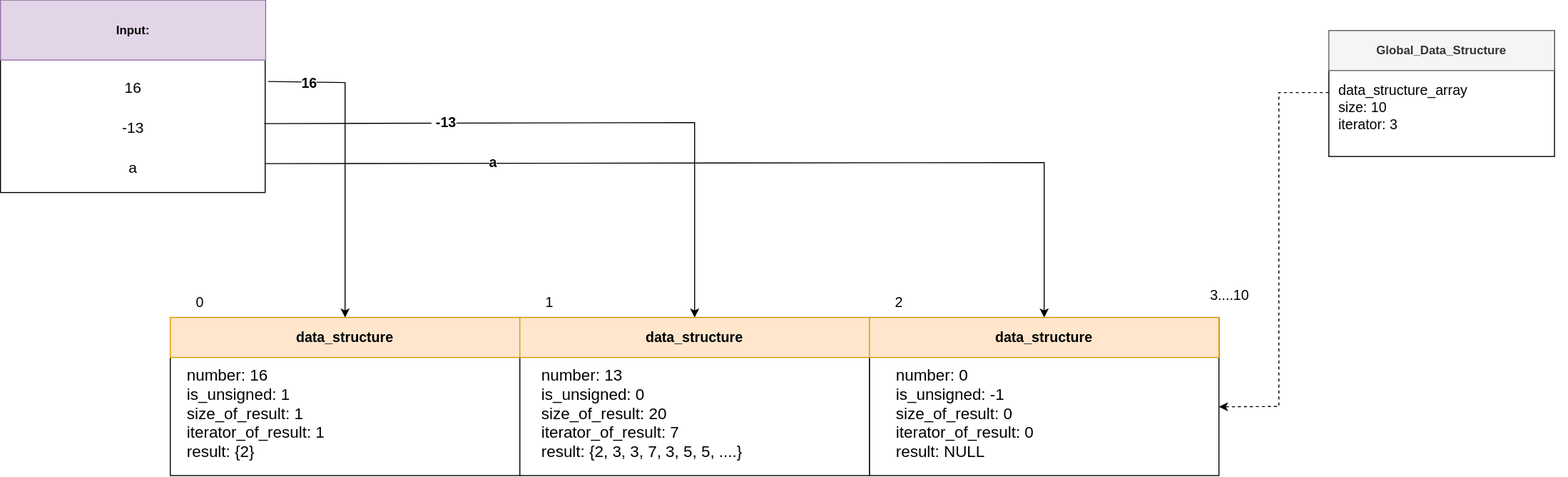
Before: homeworks/goldbach_serial/design/SVG/Ejemplo.drawio.svg, a diagram exported from draw.io (daperez03/CI-0117-Parallel-Workshops). Source tidied: cells renumbered, new cells last; positions are measured from the earlier drawing's top-left corner, leaving out a move shared by most shapes. The source it was exported from:
```xml
<mxGraphModel>
  <root>
    <mxCell id="0" />
    <mxCell id="1" parent="0" />
    <mxCell id="2" style="rounded=0;whiteSpace=wrap;html=1;rotation=90;" parent="1" vertex="1">
      <mxGeometry x="965.9" y="241.1" width="158.1" height="350" as="geometry" />
    </mxCell>
    <mxCell id="3" value="0" style="text;html=1;strokeColor=none;fillColor=none;align=center;verticalAlign=middle;whiteSpace=wrap;rounded=0;fontSize=14;" parent="1" vertex="1">
      <mxGeometry x="170" y="307" width="60" height="30" as="geometry" />
    </mxCell>
    <mxCell id="4" value="1" style="text;html=1;strokeColor=none;fillColor=none;align=center;verticalAlign=middle;whiteSpace=wrap;rounded=0;fontSize=14;" parent="1" vertex="1">
      <mxGeometry x="520" y="307" width="60" height="30" as="geometry" />
    </mxCell>
    <mxCell id="5" value="2" style="text;html=1;strokeColor=none;fillColor=none;align=center;verticalAlign=middle;whiteSpace=wrap;rounded=0;fontSize=14;" parent="1" vertex="1">
      <mxGeometry x="870" y="307" width="60" height="30" as="geometry" />
    </mxCell>
    <mxCell id="6" style="rounded=0;whiteSpace=wrap;html=1;strokeWidth=1;" parent="1" vertex="1">
      <mxGeometry y="19.5" width="265" height="192.5" as="geometry" />
    </mxCell>
    <mxCell id="7" value="&lt;b&gt;Input:&lt;/b&gt;" style="rounded=0;whiteSpace=wrap;html=1;strokeWidth=1;fillColor=#e1d5e7;strokeColor=#9673a6;" parent="1" vertex="1">
      <mxGeometry y="19.5" width="265.5" height="60" as="geometry" />
    </mxCell>
    <mxCell id="8" value="16" style="text;html=1;strokeColor=none;fillColor=none;align=center;verticalAlign=middle;whiteSpace=wrap;rounded=0;strokeWidth=1;fontSize=15;" parent="1" vertex="1">
      <mxGeometry x="17.8" y="92" width="230" height="30" as="geometry" />
    </mxCell>
    <mxCell id="9" value="&lt;div align=&quot;center&quot;&gt;-13&lt;/div&gt;" style="text;html=1;strokeColor=none;fillColor=none;align=center;verticalAlign=middle;whiteSpace=wrap;rounded=0;strokeWidth=1;fontSize=15;" parent="1" vertex="1">
      <mxGeometry x="17.8" y="132" width="230" height="30" as="geometry" />
    </mxCell>
    <mxCell id="10" value="&lt;div align=&quot;center&quot;&gt;a&lt;/div&gt;" style="text;html=1;strokeColor=none;fillColor=none;align=center;verticalAlign=middle;whiteSpace=wrap;rounded=0;strokeWidth=1;fontSize=15;" parent="1" vertex="1">
      <mxGeometry x="17.8" y="172" width="230" height="30" as="geometry" />
    </mxCell>
    <mxCell id="11" style="endArrow=classic;html=1;rounded=0;exitX=1.011;exitY=0.423;exitDx=0;exitDy=0;exitPerimeter=0;entryX=0.5;entryY=0;entryDx=0;entryDy=0;" parent="1" edge="1" source="6" target="18">
      <mxGeometry relative="1" as="geometry">
        <Array as="points">
          <mxPoint x="345" y="102" />
        </Array>
      </mxGeometry>
    </mxCell>
    <mxCell id="12" value="16" style="edgeLabel;html=1;align=center;verticalAlign=middle;fontStyle=1;fontSize=14;" parent="11" vertex="1">
      <mxGeometry x="-0.29" y="-2" relative="1" as="geometry">
        <mxPoint x="-35" y="-32" as="offset" />
      </mxGeometry>
    </mxCell>
    <mxCell id="13" style="endArrow=classic;html=1;rounded=0;exitX=0.996;exitY=0.642;exitDx=0;exitDy=0;exitPerimeter=0;entryX=0.5;entryY=0;entryDx=0;entryDy=0;" parent="1" edge="1" source="6" target="20">
      <mxGeometry relative="1" as="geometry">
        <Array as="points">
          <mxPoint x="695" y="142" />
        </Array>
      </mxGeometry>
    </mxCell>
    <mxCell id="14" value="&amp;nbsp;-13" style="edgeLabel;html=1;align=center;verticalAlign=middle;fontStyle=1;fontSize=14;" parent="13" vertex="1">
      <mxGeometry x="-0.42" y="1" relative="1" as="geometry">
        <mxPoint x="-1" as="offset" />
      </mxGeometry>
    </mxCell>
    <mxCell id="15" style="endArrow=classic;html=1;rounded=0;exitX=0.996;exitY=0.642;exitDx=0;exitDy=0;exitPerimeter=0;" parent="1" edge="1" target="21">
      <mxGeometry relative="1" as="geometry">
        <mxPoint x="265.5" y="183.1" as="sourcePoint" />
        <Array as="points">
          <mxPoint x="1045" y="182" />
        </Array>
      </mxGeometry>
    </mxCell>
    <mxCell id="16" value="a" style="edgeLabel;html=1;align=center;verticalAlign=middle;fontStyle=1;fontSize=14;" parent="15" vertex="1">
      <mxGeometry x="-0.52" y="2" relative="1" as="geometry">
        <mxPoint y="1" as="offset" />
      </mxGeometry>
    </mxCell>
    <mxCell id="17" style="rounded=0;whiteSpace=wrap;html=1;rotation=90;" parent="1" vertex="1">
      <mxGeometry x="265.9" y="241.1" width="158.1" height="350" as="geometry" />
    </mxCell>
    <mxCell id="18" value="&lt;b style=&quot;font-size: 14px;&quot;&gt;data_structure&lt;/b&gt;" style="whiteSpace=wrap;html=1;align=center;fillColor=#ffe6cc;strokeColor=#d79b00;fontSize=14;" parent="1" vertex="1">
      <mxGeometry x="170" y="337" width="350" height="40" as="geometry" />
    </mxCell>
    <mxCell id="19" style="rounded=0;whiteSpace=wrap;html=1;rotation=90;" parent="1" vertex="1">
      <mxGeometry x="616" y="241.1" width="158.1" height="350" as="geometry" />
    </mxCell>
    <mxCell id="20" value="&lt;b style=&quot;font-size: 14px;&quot;&gt;data_structure&lt;/b&gt;" style="whiteSpace=wrap;html=1;align=center;fillColor=#ffe6cc;strokeColor=#d79b00;fontSize=14;" parent="1" vertex="1">
      <mxGeometry x="520" y="337" width="350" height="40" as="geometry" />
    </mxCell>
    <mxCell id="21" value="&lt;b style=&quot;font-size: 14px;&quot;&gt;data_structure&lt;/b&gt;" style="whiteSpace=wrap;html=1;align=center;fillColor=#ffe6cc;strokeColor=#d79b00;fontSize=14;" parent="1" vertex="1">
      <mxGeometry x="870" y="337" width="350" height="40" as="geometry" />
    </mxCell>
    <mxCell id="22" style="rounded=0;whiteSpace=wrap;html=1;rotation=90;" parent="1" vertex="1">
      <mxGeometry x="1380" width="126" height="225.9" as="geometry" />
    </mxCell>
    <mxCell id="23" value="&lt;b&gt;Global_Data_Structure&lt;/b&gt;" style="whiteSpace=wrap;html=1;align=center;fillColor=#f5f5f5;fontColor=#333333;strokeColor=#666666;" parent="1" vertex="1">
      <mxGeometry x="1330" y="50" width="226" height="40" as="geometry" />
    </mxCell>
    <mxCell id="24" style="edgeStyle=none;rounded=0;orthogonalLoop=1;jettySize=auto;html=1;entryX=0.5;entryY=0;entryDx=0;entryDy=0;dashed=1;startArrow=diamondThin;startFill=1;startSize=30;endSize=11;targetPerimeterSpacing=0;" parent="1" edge="1">
      <mxGeometry relative="1" as="geometry">
        <mxPoint x="1024.7" y="400" as="sourcePoint" />
        <mxPoint x="1024.7" y="400" as="targetPoint" />
      </mxGeometry>
    </mxCell>
    <mxCell id="25" value="3....10" style="text;html=1;strokeColor=none;fillColor=none;align=center;verticalAlign=middle;whiteSpace=wrap;rounded=0;fontSize=14;" parent="1" vertex="1">
      <mxGeometry x="1200.9" y="300" width="60" height="30" as="geometry" />
    </mxCell>
    <mxCell id="26" style="endArrow=classic;html=1;rounded=0;fontSize=14;entryX=0.547;entryY=0;entryDx=0;entryDy=0;entryPerimeter=0;dashed=1;" parent="1" edge="1">
      <mxGeometry relative="1" as="geometry">
        <mxPoint x="1330" y="112" as="sourcePoint" />
        <mxPoint x="1220" y="426.4" as="targetPoint" />
        <Array as="points">
          <mxPoint x="1280" y="112" />
          <mxPoint x="1280" y="426" />
        </Array>
      </mxGeometry>
    </mxCell>
    <mxCell id="27" value="&lt;div&gt;&lt;span&gt;data_structure_array&lt;/span&gt;&lt;/div&gt;&lt;div&gt;&lt;span&gt;size: 10&lt;br&gt;&lt;/span&gt;&lt;/div&gt;&lt;div&gt;&lt;span&gt;iterator: 3 &lt;br&gt;&lt;/span&gt;&lt;/div&gt;" style="text;html=1;strokeColor=none;fillColor=none;align=left;verticalAlign=middle;whiteSpace=wrap;rounded=0;fontSize=14;fontStyle=0;" parent="1" vertex="1">
      <mxGeometry x="1338" y="112" width="230" height="30" as="geometry" />
    </mxCell>
    <mxCell id="28" value="&lt;div style=&quot;font-size: 16px;&quot;&gt;number: 16&lt;/div&gt;&lt;div style=&quot;font-size: 16px;&quot;&gt;is_unsigned: 1&lt;/div&gt;&lt;div style=&quot;font-size: 16px;&quot;&gt;size_of_result: 1&lt;br style=&quot;font-size: 16px;&quot;&gt;&lt;/div&gt;&lt;div style=&quot;font-size: 16px;&quot;&gt;iterator_of_result: 1&lt;br style=&quot;font-size: 16px;&quot;&gt;&lt;/div&gt;&lt;div style=&quot;font-size: 16px;&quot;&gt;result: {2}&lt;/div&gt;" style="text;html=1;strokeColor=none;fillColor=none;align=left;verticalAlign=middle;whiteSpace=wrap;rounded=0;fontSize=16;" parent="1" vertex="1">
      <mxGeometry x="185" y="413" width="310" height="40" as="geometry" />
    </mxCell>
    <mxCell id="29" value="&lt;div style=&quot;font-size: 16px;&quot;&gt;number: 13&lt;/div&gt;&lt;div style=&quot;font-size: 16px;&quot;&gt;is_unsigned: 0&lt;br style=&quot;font-size: 16px;&quot;&gt;&lt;/div&gt;&lt;div style=&quot;font-size: 16px;&quot;&gt;size_of_result: 20&lt;br style=&quot;font-size: 16px;&quot;&gt;&lt;/div&gt;&lt;div style=&quot;font-size: 16px;&quot;&gt;iterator_of_result: 7&lt;br style=&quot;font-size: 16px;&quot;&gt;&lt;/div&gt;&lt;div style=&quot;font-size: 16px;&quot;&gt;result: {2, 3, 3, 7, 3, 5, 5, ....}&lt;/div&gt;" style="text;html=1;strokeColor=none;fillColor=none;align=left;verticalAlign=middle;whiteSpace=wrap;rounded=0;fontSize=16;" parent="1" vertex="1">
      <mxGeometry x="540" y="413" width="310" height="40" as="geometry" />
    </mxCell>
    <mxCell id="30" value="&lt;div style=&quot;font-size: 16px;&quot;&gt;number: 0&lt;br style=&quot;font-size: 16px;&quot;&gt;&lt;/div&gt;&lt;div style=&quot;font-size: 16px;&quot;&gt;is_unsigned: -1&lt;br style=&quot;font-size: 16px;&quot;&gt;&lt;/div&gt;&lt;div style=&quot;font-size: 16px;&quot;&gt;size_of_result: 0&lt;br style=&quot;font-size: 16px;&quot;&gt;&lt;/div&gt;&lt;div style=&quot;font-size: 16px;&quot;&gt;iterator_of_result: 0&lt;br style=&quot;font-size: 16px;&quot;&gt;&lt;/div&gt;&lt;div style=&quot;font-size: 16px;&quot;&gt;result: NULL&lt;br style=&quot;font-size: 16px;&quot;&gt;&lt;/div&gt;" style="text;html=1;strokeColor=none;fillColor=none;align=left;verticalAlign=middle;whiteSpace=wrap;rounded=0;fontSize=16;" parent="1" vertex="1">
      <mxGeometry x="895" y="413" width="310" height="40" as="geometry" />
    </mxCell>
  </root>
</mxGraphModel>
```
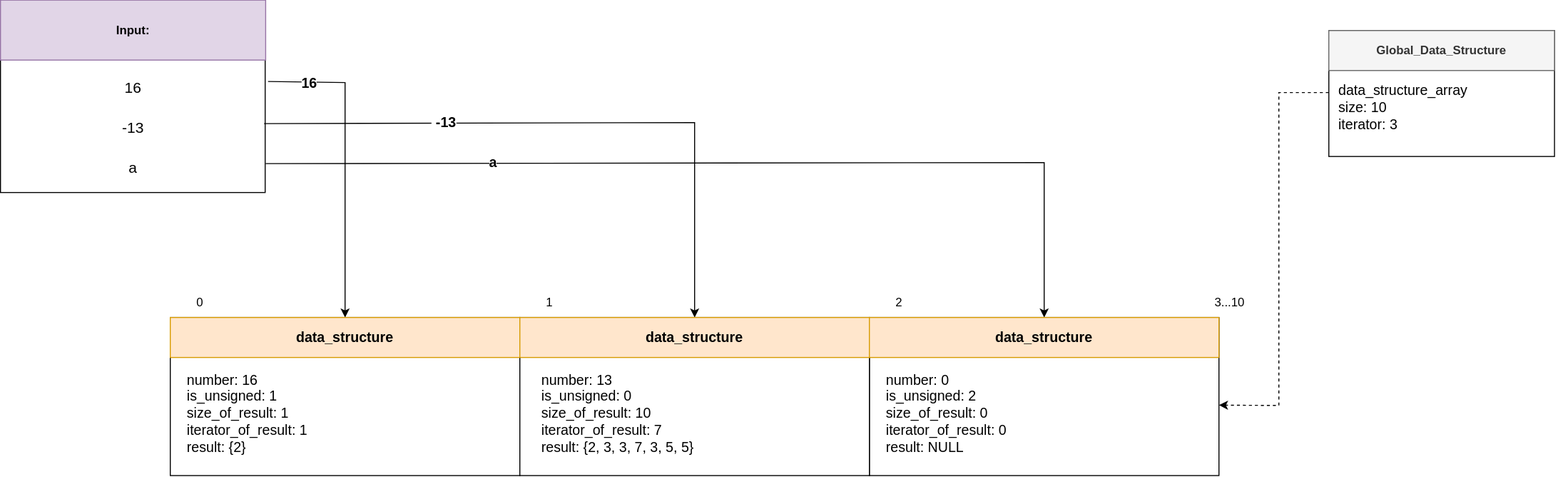
After the commit.

Commit message:
Correccion de is_unsigned

The edit, as a diff of the source:
```diff
@@ -2,16 +2,16 @@
   <root>
     <mxCell id="0" />
     <mxCell id="1" parent="0" />
-    <mxCell id="2" style="rounded=0;whiteSpace=wrap;html=1;rotation=90;" parent="1" vertex="1">
-      <mxGeometry x="965.9" y="241.1" width="158.1" height="350" as="geometry" />
-    </mxCell>
+    <mxCell id="31" style="rounded=0;whiteSpace=wrap;html=1;rotation=90;" parent="1" vertex="1">
+      <mxGeometry x="966" y="241.1" width="158.1" height="350" as="geometry" />
+    </mxCell>
-    <mxCell id="3" value="0" style="text;html=1;strokeColor=none;fillColor=none;align=center;verticalAlign=middle;whiteSpace=wrap;rounded=0;fontSize=14;" parent="1" vertex="1">
+    <mxCell id="3" value="0" style="text;html=1;strokeColor=none;fillColor=none;align=center;verticalAlign=middle;whiteSpace=wrap;rounded=0;" parent="1" vertex="1">
       <mxGeometry x="170" y="307" width="60" height="30" as="geometry" />
     </mxCell>
-    <mxCell id="4" value="1" style="text;html=1;strokeColor=none;fillColor=none;align=center;verticalAlign=middle;whiteSpace=wrap;rounded=0;fontSize=14;" parent="1" vertex="1">
+    <mxCell id="4" value="1" style="text;html=1;strokeColor=none;fillColor=none;align=center;verticalAlign=middle;whiteSpace=wrap;rounded=0;" parent="1" vertex="1">
       <mxGeometry x="520" y="307" width="60" height="30" as="geometry" />
     </mxCell>
-    <mxCell id="5" value="2" style="text;html=1;strokeColor=none;fillColor=none;align=center;verticalAlign=middle;whiteSpace=wrap;rounded=0;fontSize=14;" parent="1" vertex="1">
+    <mxCell id="5" value="2" style="text;html=1;strokeColor=none;fillColor=none;align=center;verticalAlign=middle;whiteSpace=wrap;rounded=0;" parent="1" vertex="1">
       <mxGeometry x="870" y="307" width="60" height="30" as="geometry" />
     </mxCell>
     <mxCell id="6" style="rounded=0;whiteSpace=wrap;html=1;strokeWidth=1;" parent="1" vertex="1">
@@ -67,7 +67,7 @@
       </mxGeometry>
     </mxCell>
     <mxCell id="17" style="rounded=0;whiteSpace=wrap;html=1;rotation=90;" parent="1" vertex="1">
-      <mxGeometry x="265.9" y="241.1" width="158.1" height="350" as="geometry" />
+      <mxGeometry x="266" y="241.1" width="158.1" height="350" as="geometry" />
     </mxCell>
     <mxCell id="18" value="&lt;b style=&quot;font-size: 14px;&quot;&gt;data_structure&lt;/b&gt;" style="whiteSpace=wrap;html=1;align=center;fillColor=#ffe6cc;strokeColor=#d79b00;fontSize=14;" parent="1" vertex="1">
       <mxGeometry x="170" y="337" width="350" height="40" as="geometry" />
@@ -93,30 +93,30 @@
         <mxPoint x="1024.7" y="400" as="targetPoint" />
       </mxGeometry>
     </mxCell>
-    <mxCell id="25" value="3....10" style="text;html=1;strokeColor=none;fillColor=none;align=center;verticalAlign=middle;whiteSpace=wrap;rounded=0;fontSize=14;" parent="1" vertex="1">
-      <mxGeometry x="1200.9" y="300" width="60" height="30" as="geometry" />
+    <mxCell id="25" value="3...10" style="text;html=1;strokeColor=none;fillColor=none;align=center;verticalAlign=middle;whiteSpace=wrap;rounded=0;" parent="1" vertex="1">
+      <mxGeometry x="1200.9" y="307" width="60" height="30" as="geometry" />
     </mxCell>
     <mxCell id="26" style="endArrow=classic;html=1;rounded=0;fontSize=14;entryX=0.547;entryY=0;entryDx=0;entryDy=0;entryPerimeter=0;dashed=1;" parent="1" edge="1">
       <mxGeometry relative="1" as="geometry">
         <mxPoint x="1330" y="112" as="sourcePoint" />
-        <mxPoint x="1220" y="426.4" as="targetPoint" />
+        <mxPoint x="1220" y="424.7" as="targetPoint" />
         <Array as="points">
           <mxPoint x="1280" y="112" />
-          <mxPoint x="1280" y="426" />
+          <mxPoint x="1280" y="425" />
         </Array>
       </mxGeometry>
     </mxCell>
     <mxCell id="27" value="&lt;div&gt;&lt;span&gt;data_structure_array&lt;/span&gt;&lt;/div&gt;&lt;div&gt;&lt;span&gt;size: 10&lt;br&gt;&lt;/span&gt;&lt;/div&gt;&lt;div&gt;&lt;span&gt;iterator: 3 &lt;br&gt;&lt;/span&gt;&lt;/div&gt;" style="text;html=1;strokeColor=none;fillColor=none;align=left;verticalAlign=middle;whiteSpace=wrap;rounded=0;fontSize=14;fontStyle=0;" parent="1" vertex="1">
       <mxGeometry x="1338" y="112" width="230" height="30" as="geometry" />
     </mxCell>
-    <mxCell id="28" value="&lt;div style=&quot;font-size: 16px;&quot;&gt;number: 16&lt;/div&gt;&lt;div style=&quot;font-size: 16px;&quot;&gt;is_unsigned: 1&lt;/div&gt;&lt;div style=&quot;font-size: 16px;&quot;&gt;size_of_result: 1&lt;br style=&quot;font-size: 16px;&quot;&gt;&lt;/div&gt;&lt;div style=&quot;font-size: 16px;&quot;&gt;iterator_of_result: 1&lt;br style=&quot;font-size: 16px;&quot;&gt;&lt;/div&gt;&lt;div style=&quot;font-size: 16px;&quot;&gt;result: {2}&lt;/div&gt;" style="text;html=1;strokeColor=none;fillColor=none;align=left;verticalAlign=middle;whiteSpace=wrap;rounded=0;fontSize=16;" parent="1" vertex="1">
+    <mxCell id="28" value="&lt;div&gt;number: 16&lt;/div&gt;&lt;div&gt;is_unsigned: 1&lt;/div&gt;&lt;div&gt;size_of_result: 1&lt;br&gt;&lt;/div&gt;&lt;div&gt;iterator_of_result: 1&lt;br&gt;&lt;/div&gt;&lt;div&gt;result: {2}&lt;/div&gt;" style="text;html=1;strokeColor=none;fillColor=none;align=left;verticalAlign=middle;whiteSpace=wrap;rounded=0;fontSize=14;" parent="1" vertex="1">
       <mxGeometry x="185" y="413" width="310" height="40" as="geometry" />
     </mxCell>
-    <mxCell id="29" value="&lt;div style=&quot;font-size: 16px;&quot;&gt;number: 13&lt;/div&gt;&lt;div style=&quot;font-size: 16px;&quot;&gt;is_unsigned: 0&lt;br style=&quot;font-size: 16px;&quot;&gt;&lt;/div&gt;&lt;div style=&quot;font-size: 16px;&quot;&gt;size_of_result: 20&lt;br style=&quot;font-size: 16px;&quot;&gt;&lt;/div&gt;&lt;div style=&quot;font-size: 16px;&quot;&gt;iterator_of_result: 7&lt;br style=&quot;font-size: 16px;&quot;&gt;&lt;/div&gt;&lt;div style=&quot;font-size: 16px;&quot;&gt;result: {2, 3, 3, 7, 3, 5, 5, ....}&lt;/div&gt;" style="text;html=1;strokeColor=none;fillColor=none;align=left;verticalAlign=middle;whiteSpace=wrap;rounded=0;fontSize=16;" parent="1" vertex="1">
+    <mxCell id="29" value="&lt;div&gt;number: 13&lt;/div&gt;&lt;div&gt;is_unsigned: 0&lt;br&gt;&lt;/div&gt;&lt;div&gt;size_of_result: 10&lt;br&gt;&lt;/div&gt;&lt;div&gt;iterator_of_result: 7&lt;br&gt;&lt;/div&gt;&lt;div&gt;result: {2, 3, 3, 7, 3, 5, 5}&lt;/div&gt;" style="text;html=1;strokeColor=none;fillColor=none;align=left;verticalAlign=middle;whiteSpace=wrap;rounded=0;fontSize=14;" parent="1" vertex="1">
       <mxGeometry x="540" y="413" width="310" height="40" as="geometry" />
     </mxCell>
-    <mxCell id="30" value="&lt;div style=&quot;font-size: 16px;&quot;&gt;number: 0&lt;br style=&quot;font-size: 16px;&quot;&gt;&lt;/div&gt;&lt;div style=&quot;font-size: 16px;&quot;&gt;is_unsigned: -1&lt;br style=&quot;font-size: 16px;&quot;&gt;&lt;/div&gt;&lt;div style=&quot;font-size: 16px;&quot;&gt;size_of_result: 0&lt;br style=&quot;font-size: 16px;&quot;&gt;&lt;/div&gt;&lt;div style=&quot;font-size: 16px;&quot;&gt;iterator_of_result: 0&lt;br style=&quot;font-size: 16px;&quot;&gt;&lt;/div&gt;&lt;div style=&quot;font-size: 16px;&quot;&gt;result: NULL&lt;br style=&quot;font-size: 16px;&quot;&gt;&lt;/div&gt;" style="text;html=1;strokeColor=none;fillColor=none;align=left;verticalAlign=middle;whiteSpace=wrap;rounded=0;fontSize=16;" parent="1" vertex="1">
-      <mxGeometry x="895" y="413" width="310" height="40" as="geometry" />
+    <mxCell id="30" value="&lt;div&gt;number: 0&lt;br&gt;&lt;/div&gt;&lt;div&gt;is_unsigned: 2&lt;br&gt;&lt;/div&gt;&lt;div&gt;size_of_result: 0&lt;br&gt;&lt;/div&gt;&lt;div&gt;iterator_of_result: 0&lt;br&gt;&lt;/div&gt;&lt;div&gt;result: NULL&lt;br&gt;&lt;/div&gt;" style="text;html=1;strokeColor=none;fillColor=none;align=left;verticalAlign=middle;whiteSpace=wrap;rounded=0;fontSize=14;" parent="1" vertex="1">
+      <mxGeometry x="885" y="413" width="310" height="40" as="geometry" />
     </mxCell>
   </root>
 </mxGraphModel>
```
